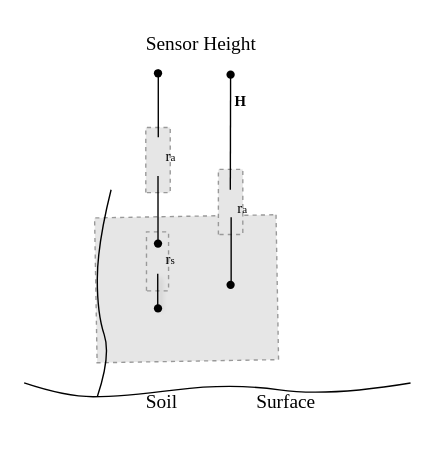
The draw.io diagram page "SW/ PM" (2 of 3) of figure_twosourcesmodel.drawio in Saraherz/biblio, before the edit. Source tidied: cells renumbered, new cells numbered last; positions are measured from the earlier drawing's top-left corner, leaving out a move shared by most shapes. Both pictures are drawn from the tidied source at 138%, with x=0, y=0 at pixel (23, 23). Pictures stored in the file or linked from it are replaced by grey dashed boxes.
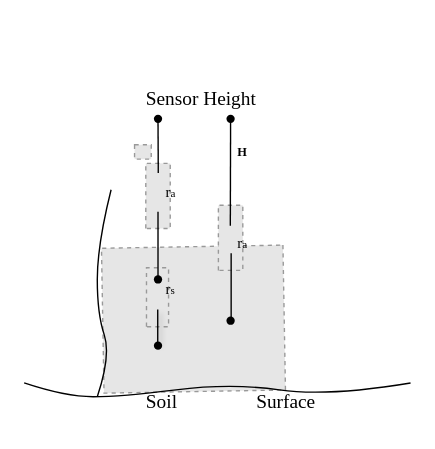
The same page after the edit.

Commit message:
Mettre à jour figure_twosourcesmodel.drawio

Diff of the diagram source:
```diff
@@
     <mxCell id="2" style="fillColor=#E6E6E6;strokeColor=#999999;dashed=1;verticalLabelPosition=bottom;labelBackgroundColor=default;verticalAlign=top;rotation=89;" parent="1" vertex="1">
-      <mxGeometry x="65.2" y="126" width="105" height="131.5" as="geometry" />
+      <mxGeometry x="70.2" y="148" width="105" height="131.5" as="geometry" />
     </mxCell>
@@
     <mxCell id="6" style="fillColor=#E6E6E6;strokeColor=#999999;dashed=1;verticalLabelPosition=bottom;labelBackgroundColor=default;verticalAlign=top;rotation=-90;" parent="1" vertex="1">
-      <mxGeometry x="75.3" y="163.9" width="42.7" height="16" as="geometry" />
+      <mxGeometry x="75.3" y="189.9" width="42.7" height="16" as="geometry" />
     </mxCell>
     <mxCell id="7" style="endArrow=none;html=1;rounded=0;shadow=1;" parent="1" edge="1">
       <mxGeometry relative="1" as="geometry">
-        <mxPoint x="96.8" y="204.8" as="sourcePoint" />
-        <mxPoint x="96.8" y="180.8" as="targetPoint" />
+        <mxPoint x="96.8" y="230.8" as="sourcePoint" />
+        <mxPoint x="96.8" y="206.8" as="targetPoint" />
       </mxGeometry>
     </mxCell>
     <mxCell id="8" style="fillColor=#E6E6E6;strokeColor=#999999;dashed=1;verticalLabelPosition=bottom;labelBackgroundColor=default;verticalAlign=top;rotation=-90;" parent="1" vertex="1">
-      <mxGeometry x="73.4" y="89.6" width="47.2" height="17.7" as="geometry" />
+      <mxGeometry x="73.4" y="115.6" width="47.2" height="17.7" as="geometry" />
     </mxCell>
     <mxCell id="9" style="shape=waypoint;sketch=0;size=6;fillColor=default;perimeter=centerPerimeter;" parent="1" vertex="1">
-      <mxGeometry x="87" y="196" width="20" height="20" as="geometry" />
+      <mxGeometry x="87" y="223" width="20" height="20" as="geometry" />
     </mxCell>
     <mxCell id="10" style="shape=waypoint;sketch=0;size=6;points=[];fillColor=default;perimeter=centerPerimeter;snapToPoint=1;" parent="1" vertex="1">
-      <mxGeometry x="87" y="149" width="20" height="20" as="geometry" />
+      <mxGeometry x="87" y="175" width="20" height="20" as="geometry" />
     </mxCell>
     <mxCell id="11" style="endArrow=none;html=1;rounded=0;curved=1;" parent="1" edge="1" source="10">
       <mxGeometry relative="1" as="geometry">
-        <mxPoint x="97" y="110" as="targetPoint" />
+        <mxPoint x="97" y="136" as="targetPoint" />
       </mxGeometry>
     </mxCell>
     <mxCell id="12" style="fillColor=#E6E6E6;strokeColor=#999999;dashed=1;verticalLabelPosition=bottom;labelBackgroundColor=default;verticalAlign=top;rotation=-90;" parent="1" vertex="1">
-      <mxGeometry x="126" y="120" width="47.2" height="17.7" as="geometry" />
+      <mxGeometry x="126" y="146" width="47.2" height="17.7" as="geometry" />
     </mxCell>
     <mxCell id="13" style="endArrow=none;html=1;rounded=0;curved=1;" parent="1" edge="1">
       <mxGeometry relative="1" as="geometry">
-        <mxPoint x="150" y="189" as="sourcePoint" />
-        <mxPoint x="150" y="140" as="targetPoint" />
+        <mxPoint x="150" y="215" as="sourcePoint" />
+        <mxPoint x="150" y="166" as="targetPoint" />
       </mxGeometry>
     </mxCell>
-    <mxCell id="14" style="endArrow=none;html=1;rounded=0;curved=1;entryX=0.304;entryY=0.548;entryDx=0;entryDy=0;entryPerimeter=0;" parent="1" edge="1" target="16">
+    <mxCell id="14" style="endArrow=none;html=1;rounded=0;curved=1;" parent="1" edge="1" source="16">
       <mxGeometry relative="1" as="geometry">
-        <mxPoint x="149.4" y="120" as="sourcePoint" />
+        <mxPoint x="150" y="70" as="targetPoint" />
       </mxGeometry>
     </mxCell>
     <mxCell id="15" style="shape=waypoint;sketch=0;size=6;fillColor=default;perimeter=centerPerimeter;" parent="1" vertex="1">
-      <mxGeometry x="139.6" y="178.9" width="20" height="20" as="geometry" />
+      <mxGeometry x="139.6" y="204.9" width="20" height="20" as="geometry" />
     </mxCell>
-    <mxCell id="16" style="shape=waypoint;sketch=0;size=6;points=[];fillColor=default;perimeter=centerPerimeter;snapToPoint=1;" parent="1" vertex="1">
-      <mxGeometry x="139.6" y="26.6" width="20" height="20" as="geometry" />
-    </mxCell>
     <mxCell id="17" style="shape=waypoint;sketch=0;size=6;fillColor=default;perimeter=centerPerimeter;" parent="1" vertex="1">
-      <mxGeometry x="87" y="25.6" width="20" height="20" as="geometry" />
+      <mxGeometry x="87" y="58.6" width="20" height="20" as="geometry" />
     </mxCell>
@@
     <mxCell id="19" value="&lt;b style=&quot;font-weight:normal;&quot; id=&quot;docs-internal-guid-4d5f2127-7fff-94e0-1cf0-b8977cac49ba&quot;&gt;&lt;span style=&quot;font-size: 8pt; font-family: &amp;quot;Palatino Linotype&amp;quot;, serif; color: rgb(0, 0, 0); background-color: transparent; font-weight: 400; font-style: normal; font-variant: normal; text-decoration: none; vertical-align: baseline; white-space: pre-wrap;&quot;&gt;r&lt;/span&gt;&lt;span style=&quot;font-family: &amp;quot;Palatino Linotype&amp;quot;, serif; color: rgb(0, 0, 0); background-color: transparent; font-weight: 400; font-style: normal; font-variant: normal; text-decoration: none; vertical-align: baseline; white-space: pre-wrap;&quot;&gt;&lt;font style=&quot;font-size: 8px;&quot;&gt;s&lt;/font&gt;&lt;/span&gt;&lt;/b&gt;" style="text;whiteSpace=wrap;html=1;" parent="1" vertex="1">
-      <mxGeometry x="100.6" y="155.9" width="20" height="30" as="geometry" />
+      <mxGeometry x="100.6" y="177.9" width="20" height="30" as="geometry" />
     </mxCell>
     <mxCell id="20" value="&lt;b style=&quot;font-weight:normal;&quot; id=&quot;docs-internal-guid-4d5f2127-7fff-94e0-1cf0-b8977cac49ba&quot;&gt;&lt;span style=&quot;font-size: 8pt; font-family: &amp;quot;Palatino Linotype&amp;quot;, serif; color: rgb(0, 0, 0); background-color: transparent; font-weight: 400; font-style: normal; font-variant: normal; text-decoration: none; vertical-align: baseline; white-space: pre-wrap;&quot;&gt;r&lt;/span&gt;&lt;span style=&quot;font-family: &amp;quot;Palatino Linotype&amp;quot;, serif; color: rgb(0, 0, 0); background-color: transparent; font-weight: 400; font-style: normal; font-variant: normal; text-decoration: none; vertical-align: baseline; white-space: pre-wrap;&quot;&gt;&lt;font style=&quot;font-size: 8px;&quot;&gt;a&lt;/font&gt;&lt;/span&gt;&lt;/b&gt;" style="text;whiteSpace=wrap;html=1;" parent="1" vertex="1">
-      <mxGeometry x="100.6" y="81.9" width="20" height="30" as="geometry" />
+      <mxGeometry x="100.6" y="107.9" width="20" height="30" as="geometry" />
     </mxCell>
     <mxCell id="21" value="&lt;b style=&quot;font-weight:normal;&quot; id=&quot;docs-internal-guid-4d5f2127-7fff-94e0-1cf0-b8977cac49ba&quot;&gt;&lt;span style=&quot;font-size: 8pt; font-family: &amp;quot;Palatino Linotype&amp;quot;, serif; color: rgb(0, 0, 0); background-color: transparent; font-weight: 400; font-style: normal; font-variant: normal; text-decoration: none; vertical-align: baseline; white-space: pre-wrap;&quot;&gt;r&lt;/span&gt;&lt;span style=&quot;font-family: &amp;quot;Palatino Linotype&amp;quot;, serif; color: rgb(0, 0, 0); background-color: transparent; font-weight: 400; font-style: normal; font-variant: normal; text-decoration: none; vertical-align: baseline; white-space: pre-wrap;&quot;&gt;&lt;font style=&quot;font-size: 8px;&quot;&gt;a&lt;/font&gt;&lt;/span&gt;&lt;/b&gt;" style="text;whiteSpace=wrap;html=1;" parent="1" vertex="1">
-      <mxGeometry x="153.2" y="119" width="20" height="30" as="geometry" />
+      <mxGeometry x="153.2" y="145" width="20" height="30" as="geometry" />
     </mxCell>
-    <mxCell id="22" value="&lt;b style=&quot;&quot; id=&quot;docs-internal-guid-4d5f2127-7fff-94e0-1cf0-b8977cac49ba&quot;&gt;&lt;span style=&quot;font-size: 8pt; font-family: &amp;quot;Palatino Linotype&amp;quot;, serif; color: rgb(0, 0, 0); background-color: transparent; font-style: normal; font-variant: normal; text-decoration: none; vertical-align: baseline; white-space: pre-wrap;&quot;&gt;H&lt;/span&gt;&lt;/b&gt;" style="text;whiteSpace=wrap;html=1;" parent="1" vertex="1">
-      <mxGeometry x="151.2" y="41.6" width="20" height="30" as="geometry" />
+    <mxCell id="22" value="&lt;span style=&quot;&quot; id=&quot;docs-internal-guid-4d5f2127-7fff-94e0-1cf0-b8977cac49ba&quot;&gt;&lt;span style=&quot;color: rgb(0, 0, 0); background-color: transparent; font-style: normal; font-variant: normal; text-decoration: none; vertical-align: baseline; white-space: pre-wrap;&quot;&gt;&lt;b style=&quot;&quot;&gt;&lt;font face=&quot;Times New Roman&quot; style=&quot;font-size: 9px;&quot;&gt;H&lt;/font&gt;&lt;/b&gt;&lt;/span&gt;&lt;/span&gt;" style="text;whiteSpace=wrap;html=1;" parent="1" vertex="1">
+      <mxGeometry x="153.2" y="77.6" width="20" height="30" as="geometry" />
     </mxCell>
     <mxCell id="23" style="endArrow=none;html=1;rounded=0;curved=1;" parent="1" edge="1">
       <mxGeometry relative="1" as="geometry">
-        <mxPoint x="97.2" y="81.9" as="sourcePoint" />
-        <mxPoint x="97.2" y="32.9" as="targetPoint" />
+        <mxPoint x="97.2" y="107.9" as="sourcePoint" />
+        <mxPoint x="97" y="70" as="targetPoint" />
       </mxGeometry>
     </mxCell>
     <mxCell id="24" value="&lt;font style=&quot;font-size: 14px;&quot; face=&quot;Times New Roman&quot;&gt;Sensor Height&lt;/font&gt;" style="text;html=1;align=center;verticalAlign=middle;whiteSpace=wrap;rounded=0;" parent="1" vertex="1">
-      <mxGeometry x="60.2" y="-0.4" width="136.8" height="30" as="geometry" />
+      <mxGeometry x="60.2" y="40" width="136.8" height="30" as="geometry" />
     </mxCell>
+    <mxCell id="25" style="fillColor=#E6E6E6;strokeColor=#999999;dashed=1;verticalLabelPosition=bottom;labelBackgroundColor=default;verticalAlign=top;" parent="1" vertex="1">
+      <mxGeometry x="80" y="87.4" width="12.1" height="10.4" as="geometry" />
+    </mxCell>
+    <mxCell id="26" style="endArrow=none;html=1;rounded=0;curved=1;" parent="1" edge="1" target="16">
+      <mxGeometry relative="1" as="geometry">
+        <mxPoint x="149.4" y="146" as="sourcePoint" />
+      </mxGeometry>
+    </mxCell>
+    <mxCell id="16" style="shape=waypoint;sketch=0;size=6;points=[];fillColor=default;perimeter=centerPerimeter;snapToPoint=1;" parent="1" vertex="1">
+      <mxGeometry x="139.6" y="58.6" width="20" height="20" as="geometry" />
+    </mxCell>
```
